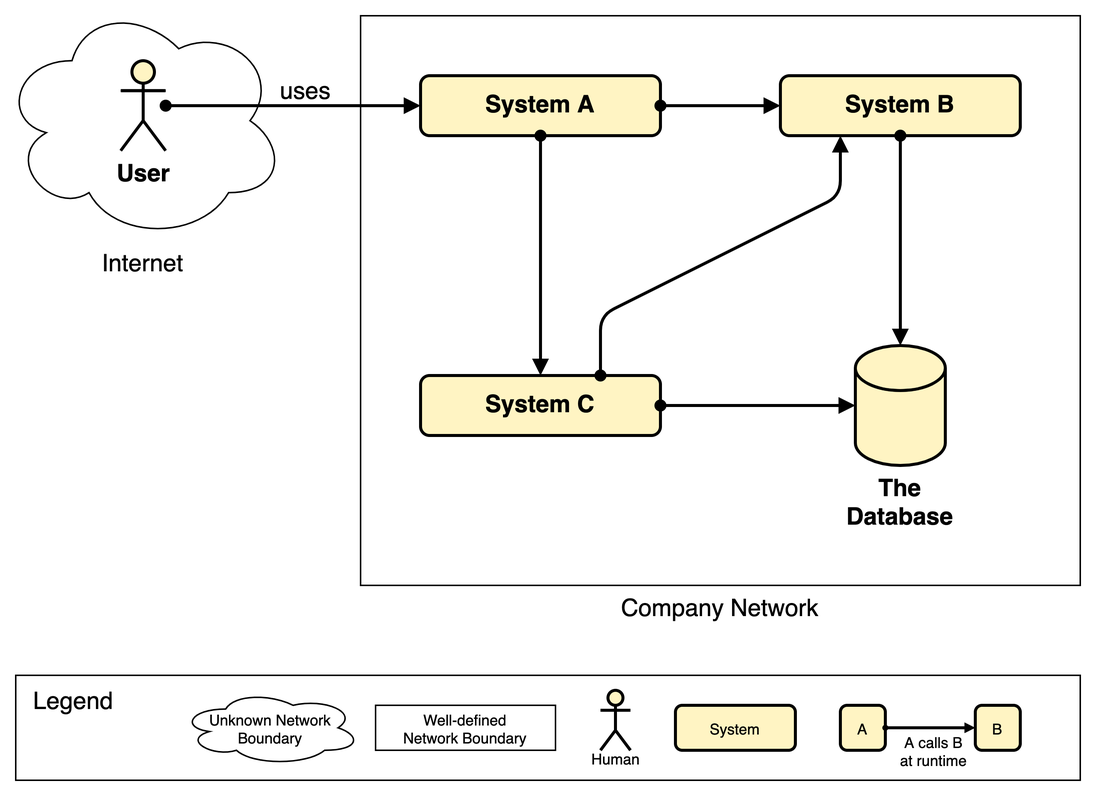
martinleggewie/visual-tips-for-creating-schematic-diagrams keeps this draw.io diagram as diagrams/example-systemdiagram_reduced-to-the-max_with-legend.png. Above is the earlier version. Source tidied: cells renumbered, new cells last; positions are measured from the earlier drawing's top-left corner, leaving out a move shared by most shapes.
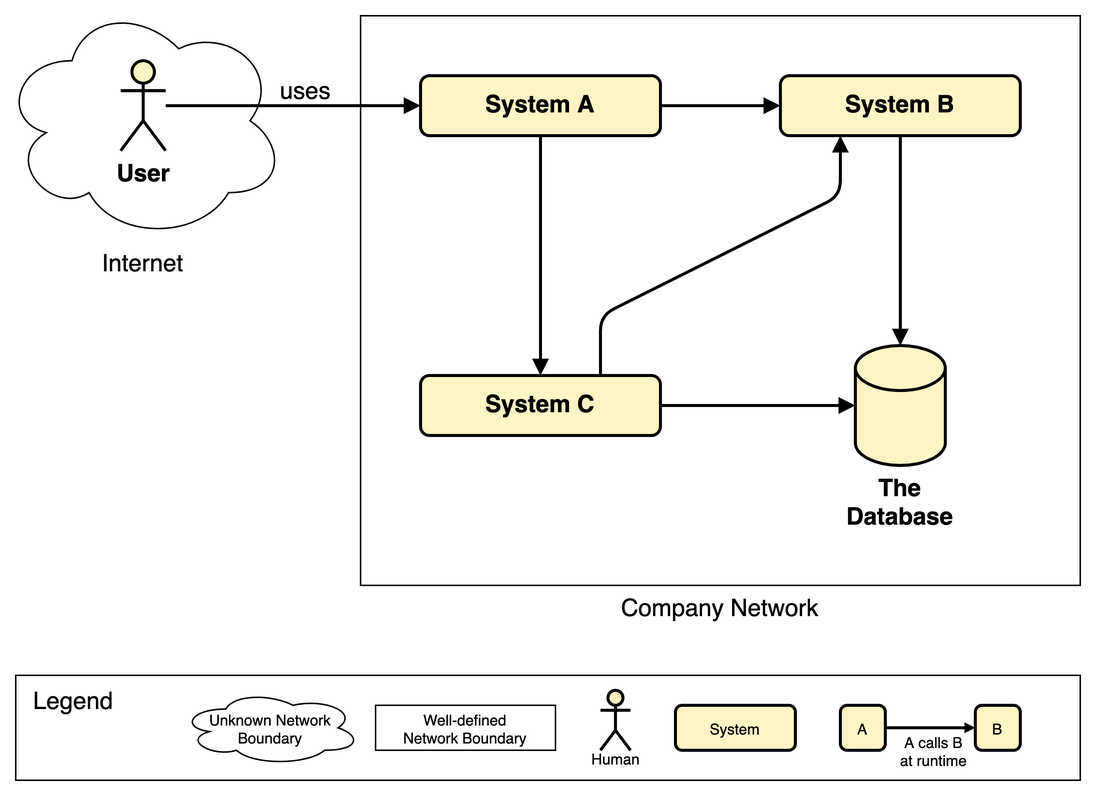
The same file after the commit.

Diff of the diagram source:
```diff
@@ -18,10 +18,10 @@
     <mxCell id="7" value="System B" style="rounded=1;whiteSpace=wrap;html=1;strokeWidth=2;fontSize=16;fontStyle=1;fillColor=#FFF4C3;" parent="3" vertex="1">
       <mxGeometry x="520" y="50" width="160" height="40" as="geometry" />
     </mxCell>
-    <mxCell id="8" style="rounded=0;jettySize=auto;html=1;fontSize=16;endArrow=block;endFill=1;startArrow=oval;startFill=1;strokeWidth=2;" parent="3" edge="1" source="6" target="7">
+    <mxCell id="8" style="rounded=0;jettySize=auto;html=1;fontSize=16;endArrow=block;endFill=1;startArrow=none;startFill=0;strokeWidth=2;" parent="3" edge="1" source="6" target="7">
       <mxGeometry relative="1" as="geometry" />
     </mxCell>
-    <mxCell id="9" style="edgeStyle=none;rounded=0;jettySize=auto;html=1;startArrow=oval;startFill=1;endArrow=block;endFill=1;strokeWidth=2;fontSize=16;" parent="3" edge="1" source="11" target="6">
+    <mxCell id="9" style="edgeStyle=none;rounded=0;jettySize=auto;html=1;startArrow=none;startFill=0;endArrow=block;endFill=1;strokeWidth=2;fontSize=16;" parent="3" edge="1" source="11" target="6">
       <mxGeometry relative="1" as="geometry" />
     </mxCell>
     <mxCell id="10" value="uses" style="edgeLabel;html=1;align=center;verticalAlign=middle;fontSize=16;labelBackgroundColor=none;" parent="9" vertex="1">
@@ -38,16 +38,16 @@
     <mxCell id="13" value="System C" style="rounded=1;whiteSpace=wrap;html=1;strokeWidth=2;fontSize=16;fontStyle=1;fillColor=#FFF4C3;" parent="3" vertex="1">
       <mxGeometry x="280" y="250" width="160" height="40" as="geometry" />
     </mxCell>
-    <mxCell id="14" style="edgeStyle=none;rounded=0;jettySize=auto;html=1;startArrow=oval;startFill=1;endArrow=block;endFill=1;strokeWidth=2;fontSize=16;" parent="3" edge="1" source="13" target="12">
+    <mxCell id="14" style="edgeStyle=none;rounded=0;jettySize=auto;html=1;startArrow=none;startFill=0;endArrow=block;endFill=1;strokeWidth=2;fontSize=16;" parent="3" edge="1" source="13" target="12">
       <mxGeometry relative="1" as="geometry" />
     </mxCell>
-    <mxCell id="15" style="edgeStyle=none;rounded=0;jettySize=auto;html=1;startArrow=oval;startFill=1;endArrow=block;endFill=1;strokeWidth=2;fontSize=16;" parent="3" edge="1" source="6" target="13">
+    <mxCell id="15" style="edgeStyle=none;rounded=0;jettySize=auto;html=1;startArrow=none;startFill=0;endArrow=block;endFill=1;strokeWidth=2;fontSize=16;" parent="3" edge="1" source="6" target="13">
       <mxGeometry relative="1" as="geometry" />
     </mxCell>
-    <mxCell id="16" style="edgeStyle=none;rounded=0;jettySize=auto;html=1;startArrow=oval;startFill=1;endArrow=block;endFill=1;strokeWidth=2;fontSize=16;" parent="3" edge="1" source="7" target="12">
+    <mxCell id="16" style="edgeStyle=none;rounded=0;jettySize=auto;html=1;startArrow=none;startFill=0;endArrow=block;endFill=1;strokeWidth=2;fontSize=16;" parent="3" edge="1" source="7" target="12">
       <mxGeometry relative="1" as="geometry" />
     </mxCell>
-    <mxCell id="17" style="jettySize=auto;html=1;startArrow=oval;startFill=1;endArrow=block;endFill=1;strokeWidth=2;fontSize=16;exitX=0.75;exitY=0;exitDx=0;exitDy=0;entryX=0.25;entryY=1;entryDx=0;entryDy=0;rounded=1;elbow=vertical;jumpStyle=none;sketch=0;shadow=0;comic=0;arcSize=20;" parent="3" edge="1" source="13" target="7">
+    <mxCell id="17" style="jettySize=auto;html=1;startArrow=none;startFill=0;endArrow=block;endFill=1;strokeWidth=2;fontSize=16;exitX=0.75;exitY=0;exitDx=0;exitDy=0;entryX=0.25;entryY=1;entryDx=0;entryDy=0;rounded=1;elbow=vertical;jumpStyle=none;sketch=0;shadow=0;comic=0;arcSize=20;" parent="3" edge="1" source="13" target="7">
       <mxGeometry relative="1" as="geometry">
         <Array as="points">
           <mxPoint x="400" y="210" />
@@ -74,7 +74,7 @@
     <mxCell id="24" value="Human" style="shape=umlActor;verticalLabelPosition=middle;verticalAlign=middle;html=1;fontSize=10;strokeWidth=2;fontStyle=0;fillColor=#FFF4C3;labelPosition=center;align=center;spacingTop=50;" parent="18" vertex="1">
       <mxGeometry x="400" y="460" width="20" height="40" as="geometry" />
     </mxCell>
-    <mxCell id="25" style="edgeStyle=none;rounded=0;jettySize=auto;html=1;startArrow=oval;startFill=1;endArrow=block;endFill=1;strokeWidth=2;fontSize=16;endSize=2;startSize=2;exitX=1;exitY=0.5;exitDx=0;exitDy=0;entryX=0;entryY=0.5;entryDx=0;entryDy=0;" parent="18" edge="1" source="20" target="27">
+    <mxCell id="25" style="edgeStyle=none;rounded=0;jettySize=auto;html=1;startArrow=none;startFill=0;endArrow=block;endFill=1;strokeWidth=2;fontSize=16;endSize=2;startSize=2;exitX=1;exitY=0.5;exitDx=0;exitDy=0;entryX=0;entryY=0.5;entryDx=0;entryDy=0;" parent="18" edge="1" source="20" target="27">
       <mxGeometry x="40" y="696" as="geometry" />
     </mxCell>
     <mxCell id="26" value="A calls B&lt;br&gt;at runtime" style="edgeLabel;html=1;align=center;verticalAlign=middle;fontSize=10;" parent="25" vertex="1">
```
